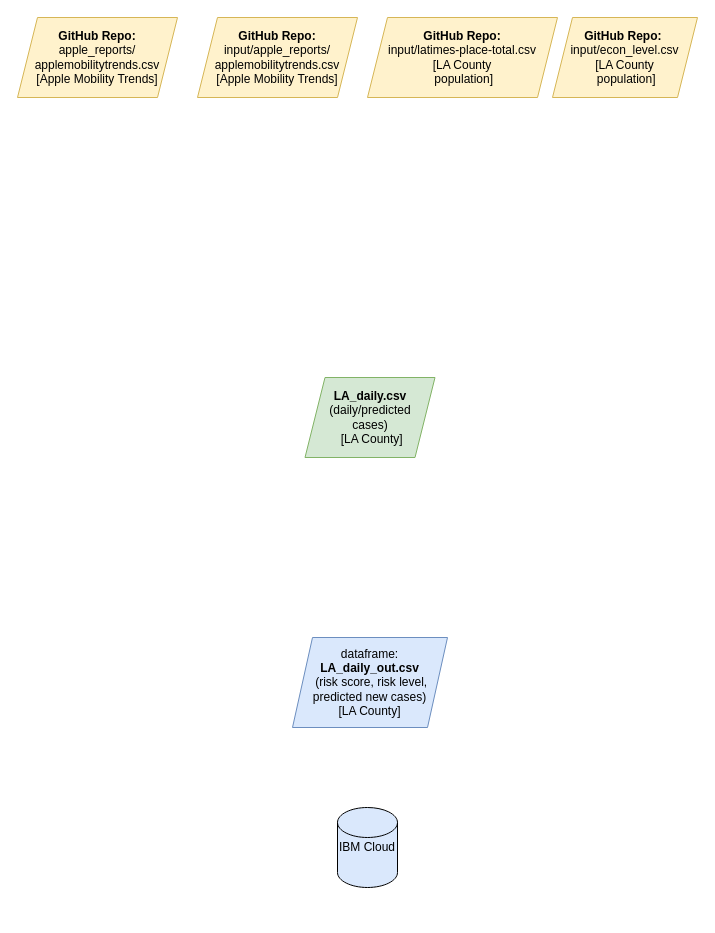
Above: Risk-Score-UMich-Workflow.drawio in skasralikar/Risk-Score-1-UMichZJU (draw.io), before the change. Source tidied: cells renumbered, new cells numbered last; positions are measured from the earlier drawing's top-left corner, leaving out a move shared by most shapes. Both pictures are drawn from the tidied source at 100%, with x=0, y=0 at pixel (17, 17).
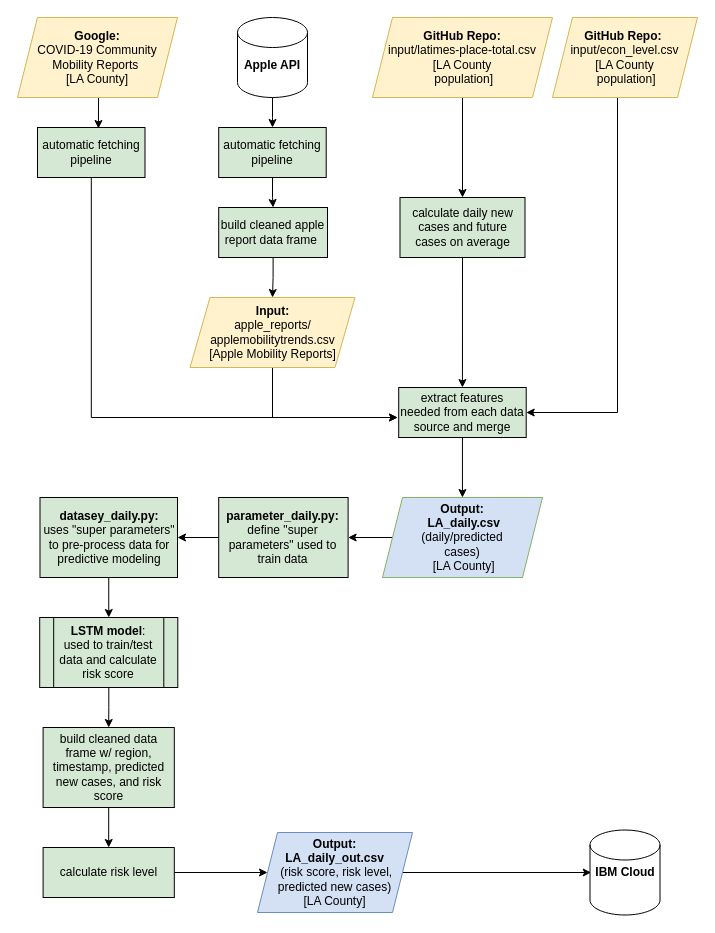
The same page after the edit.

The change refers to these unchanged cells:
```xml
<mxCell id="2" value="&lt;b&gt;GitHub Repo:&lt;/b&gt;&amp;nbsp;&lt;br&gt;input/econ_level.csv &lt;br&gt;[LA County&lt;br&gt;&amp;nbsp;population]" style="shape=parallelogram;perimeter=parallelogramPerimeter;whiteSpace=wrap;html=1;fixedSize=1;fillColor=#fff2cc;strokeColor=#d6b656;" parent="1" vertex="1">
  <mxGeometry x="535" width="145" height="80" as="geometry" />
</mxCell>
```

The edit, as a diff of the source:
```diff
@@
+    <mxCell id="9" style="edgeStyle=orthogonalEdgeStyle;rounded=0;jettySize=auto;html=1;entryX=1;entryY=0.5;entryDx=0;entryDy=0;" parent="1" edge="1" source="2" target="18">
+      <mxGeometry relative="1" as="geometry">
+        <Array as="points">
+          <mxPoint x="600" y="395" />
+        </Array>
+      </mxGeometry>
+    </mxCell>
@@
+    <mxCell id="10" style="edgeStyle=orthogonalEdgeStyle;rounded=0;jettySize=auto;html=1;" parent="1" edge="1" source="3" target="30">
+      <mxGeometry relative="1" as="geometry" />
+    </mxCell>
-    <mxCell id="3" value="&lt;b&gt;LA_daily.csv &lt;br&gt;&lt;/b&gt;(daily/predicted &lt;br&gt;cases)&lt;br&gt;&amp;nbsp;[LA County]" style="shape=parallelogram;perimeter=parallelogramPerimeter;whiteSpace=wrap;html=1;fixedSize=1;fillColor=#d5e8d4;strokeColor=#82b366;" parent="1" vertex="1">
-      <mxGeometry x="287.5" y="360" width="130" height="80" as="geometry" />
+    <mxCell id="3" value="&lt;b&gt;Output:&lt;br&gt;&amp;nbsp;LA_daily.csv &lt;br&gt;&lt;/b&gt;(daily/predicted &lt;br&gt;cases)&lt;br&gt;&amp;nbsp;[LA County]" style="shape=parallelogram;perimeter=parallelogramPerimeter;whiteSpace=wrap;html=1;fixedSize=1;fillColor=#D4E1F5;strokeColor=#82b366;" parent="1" vertex="1">
+      <mxGeometry x="365" y="480" width="160" height="80" as="geometry" />
     </mxCell>
+    <mxCell id="11" style="edgeStyle=orthogonalEdgeStyle;rounded=0;jettySize=auto;html=1;exitX=1;exitY=0.5;exitDx=0;exitDy=0;entryX=0.017;entryY=0.5;entryDx=0;entryDy=0;entryPerimeter=0;" parent="1" edge="1" source="4" target="5">
+      <mxGeometry relative="1" as="geometry" />
+    </mxCell>
-    <mxCell id="4" value="dataframe: &lt;br&gt;&lt;b&gt;LA_daily_out.csv&lt;br&gt;&lt;/b&gt;&amp;nbsp;(risk score, risk level, predicted new cases)&lt;br&gt;[LA County]" style="shape=parallelogram;perimeter=parallelogramPerimeter;whiteSpace=wrap;html=1;fixedSize=1;fillColor=#dae8fc;strokeColor=#6c8ebf;" parent="1" vertex="1">
-      <mxGeometry x="275" y="620" width="155" height="90" as="geometry" />
+    <mxCell id="4" value="&lt;b&gt;Output:&lt;br&gt;LA_daily_out.csv&lt;br&gt;&lt;/b&gt;&amp;nbsp;(risk score, risk level, predicted new cases)&lt;br&gt;[LA County]" style="shape=parallelogram;perimeter=parallelogramPerimeter;whiteSpace=wrap;html=1;fixedSize=1;fillColor=#D4E1F5;strokeColor=#6c8ebf;" parent="1" vertex="1">
+      <mxGeometry x="240" y="815" width="155" height="80" as="geometry" />
     </mxCell>
-    <mxCell id="5" value="IBM Cloud" style="shape=cylinder2;whiteSpace=wrap;html=1;boundedLbl=1;backgroundOutline=1;size=15;fillColor=#DAE8FC;" parent="1" vertex="1">
-      <mxGeometry x="320" y="790" width="60" height="80" as="geometry" />
+    <mxCell id="5" value="&lt;b&gt;IBM Cloud&lt;/b&gt;" style="shape=cylinder2;whiteSpace=wrap;html=1;boundedLbl=1;backgroundOutline=1;size=15;fillColor=#FFFFFF;" parent="1" vertex="1">
+      <mxGeometry x="572.5" y="812.5" width="70" height="85" as="geometry" />
     </mxCell>
+    <mxCell id="12" style="edgeStyle=orthogonalEdgeStyle;rounded=0;jettySize=auto;html=1;exitX=0.5;exitY=1;exitDx=0;exitDy=0;" parent="1" edge="1" source="6" target="16">
+      <mxGeometry relative="1" as="geometry" />
+    </mxCell>
     <mxCell id="6" value="&lt;b&gt;GitHub Repo: &lt;br&gt;&lt;/b&gt;input/latimes-place-total.csv &lt;br&gt;[LA County&lt;br&gt;&amp;nbsp;population]" style="shape=parallelogram;perimeter=parallelogramPerimeter;whiteSpace=wrap;html=1;fixedSize=1;fillColor=#fff2cc;strokeColor=#d6b656;" parent="1" vertex="1">
-      <mxGeometry x="350" width="190" height="80" as="geometry" />
+      <mxGeometry x="355" width="180" height="80" as="geometry" />
     </mxCell>
+    <mxCell id="13" style="edgeStyle=orthogonalEdgeStyle;rounded=0;jettySize=auto;html=1;exitX=0.5;exitY=1;exitDx=0;exitDy=0;entryX=0.567;entryY=0.02;entryDx=0;entryDy=0;entryPerimeter=0;" parent="1" edge="1" source="7" target="22">
+      <mxGeometry relative="1" as="geometry" />
+    </mxCell>
-    <mxCell id="7" value="&lt;b&gt;GitHub Repo: &lt;br&gt;&lt;/b&gt;apple_reports/ applemobilitytrends.csv&lt;br&gt;[Apple Mobility Trends]" style="shape=parallelogram;perimeter=parallelogramPerimeter;whiteSpace=wrap;html=1;fixedSize=1;fillColor=#fff2cc;strokeColor=#d6b656;" parent="1" vertex="1">
+    <mxCell id="7" value="&lt;b&gt;Google:&lt;br&gt;&lt;/b&gt;COVID-19 Community Mobility Reports&amp;nbsp;&lt;br&gt;[LA County]" style="shape=parallelogram;perimeter=parallelogramPerimeter;whiteSpace=wrap;html=1;fixedSize=1;fillColor=#fff2cc;strokeColor=#d6b656;" parent="1" vertex="1">
       <mxGeometry width="160" height="80" as="geometry" />
     </mxCell>
+    <mxCell id="14" style="edgeStyle=orthogonalEdgeStyle;rounded=0;jettySize=auto;html=1;exitX=0.5;exitY=1;exitDx=0;exitDy=0;" parent="1" edge="1" source="8">
+      <mxGeometry relative="1" as="geometry">
+        <mxPoint x="380" y="400" as="targetPoint" />
+        <Array as="points">
+          <mxPoint x="255" y="400" />
+        </Array>
+      </mxGeometry>
+    </mxCell>
-    <mxCell id="8" value="&lt;b&gt;GitHub Repo: &lt;br&gt;&lt;/b&gt;input/apple_reports/ applemobilitytrends.csv&lt;br&gt;[Apple Mobility Trends]" style="shape=parallelogram;perimeter=parallelogramPerimeter;whiteSpace=wrap;html=1;fixedSize=1;fillColor=#fff2cc;strokeColor=#d6b656;" parent="1" vertex="1">
-      <mxGeometry x="180" width="160" height="80" as="geometry" />
+    <mxCell id="8" value="&lt;b&gt;Input:&lt;br&gt;&lt;/b&gt;apple_reports/ applemobilitytrends.csv&lt;br&gt;[Apple Mobility Reports]" style="shape=parallelogram;perimeter=parallelogramPerimeter;whiteSpace=wrap;html=1;fixedSize=1;fillColor=#fff2cc;strokeColor=#d6b656;" parent="1" vertex="1">
+      <mxGeometry x="172.5" y="280" width="165" height="70" as="geometry" />
     </mxCell>
+    <mxCell id="15" style="edgeStyle=orthogonalEdgeStyle;rounded=0;jettySize=auto;html=1;exitX=0.5;exitY=1;exitDx=0;exitDy=0;entryX=0.5;entryY=0;entryDx=0;entryDy=0;" parent="1" edge="1" source="16" target="18">
+      <mxGeometry relative="1" as="geometry" />
+    </mxCell>
+    <mxCell id="16" value="calculate daily new cases and future cases on average" style="rounded=0;whiteSpace=wrap;html=1;fillColor=#D5E8D4;" parent="1" vertex="1">
+      <mxGeometry x="382.5" y="180" width="125" height="60" as="geometry" />
+    </mxCell>
+    <mxCell id="17" style="edgeStyle=orthogonalEdgeStyle;rounded=0;jettySize=auto;html=1;exitX=0.5;exitY=1;exitDx=0;exitDy=0;" parent="1" edge="1" source="18" target="3">
+      <mxGeometry relative="1" as="geometry" />
+    </mxCell>
+    <mxCell id="18" value="extract features needed from each data source and merge" style="rounded=0;whiteSpace=wrap;html=1;fillColor=#D5E8D4;" parent="1" vertex="1">
+      <mxGeometry x="381.2" y="370" width="127.5" height="50" as="geometry" />
+    </mxCell>
+    <mxCell id="19" style="edgeStyle=orthogonalEdgeStyle;rounded=0;jettySize=auto;html=1;exitX=0.5;exitY=1;exitDx=0;exitDy=0;entryX=0.5;entryY=0;entryDx=0;entryDy=0;" parent="1" edge="1" source="20" target="32">
+      <mxGeometry relative="1" as="geometry" />
+    </mxCell>
+    <mxCell id="20" value="&lt;b&gt;datasey_daily.py:&lt;br&gt;&lt;/b&gt;uses&amp;nbsp;&quot;super parameters&quot; to pre-process data for predictive modeling" style="rounded=0;whiteSpace=wrap;html=1;fillColor=#D5E8D4;" parent="1" vertex="1">
+      <mxGeometry x="22.5" y="480" width="137.5" height="80" as="geometry" />
+    </mxCell>
+    <mxCell id="21" style="edgeStyle=orthogonalEdgeStyle;rounded=0;jettySize=auto;html=1;" parent="1" edge="1" source="22">
+      <mxGeometry relative="1" as="geometry">
+        <mxPoint x="380" y="400" as="targetPoint" />
+        <Array as="points">
+          <mxPoint x="74" y="400" />
+        </Array>
+      </mxGeometry>
+    </mxCell>
+    <mxCell id="22" value="automatic fetching pipeline" style="rounded=0;whiteSpace=wrap;html=1;fillColor=#D5E8D4;" parent="1" vertex="1">
+      <mxGeometry x="20" y="110" width="107.5" height="50" as="geometry" />
+    </mxCell>
+    <mxCell id="23" style="edgeStyle=orthogonalEdgeStyle;rounded=0;jettySize=auto;html=1;exitX=0.5;exitY=1;exitDx=0;exitDy=0;" parent="1" edge="1" source="24" target="8">
+      <mxGeometry relative="1" as="geometry" />
+    </mxCell>
+    <mxCell id="24" value="build cleaned apple report data frame&amp;nbsp;" style="rounded=0;whiteSpace=wrap;html=1;fillColor=#D5E8D4;" parent="1" vertex="1">
+      <mxGeometry x="201.2" y="190" width="108.8" height="50" as="geometry" />
+    </mxCell>
+    <mxCell id="25" style="edgeStyle=orthogonalEdgeStyle;rounded=0;jettySize=auto;html=1;" parent="1" edge="1" source="26" target="28">
+      <mxGeometry relative="1" as="geometry" />
+    </mxCell>
+    <mxCell id="26" value="&lt;font face=&quot;helvetica&quot;&gt;&lt;b&gt;&lt;br&gt;Apple API&lt;/b&gt;&lt;/font&gt;" style="shape=cylinder2;whiteSpace=wrap;html=1;boundedLbl=1;backgroundOutline=1;size=15;fillColor=#FFFFFF;" parent="1" vertex="1">
+      <mxGeometry x="220" width="70" height="80" as="geometry" />
+    </mxCell>
+    <mxCell id="27" style="edgeStyle=orthogonalEdgeStyle;rounded=0;jettySize=auto;html=1;" parent="1" edge="1" source="28" target="24">
+      <mxGeometry relative="1" as="geometry" />
+    </mxCell>
+    <mxCell id="28" value="automatic fetching pipeline" style="rounded=0;whiteSpace=wrap;html=1;fillColor=#D5E8D4;" parent="1" vertex="1">
+      <mxGeometry x="201.2" y="110" width="107.5" height="50" as="geometry" />
+    </mxCell>
+    <mxCell id="29" style="edgeStyle=orthogonalEdgeStyle;rounded=0;jettySize=auto;html=1;" parent="1" edge="1" source="30" target="20">
+      <mxGeometry relative="1" as="geometry" />
+    </mxCell>
+    <mxCell id="30" value="&lt;b&gt;parameter_daily.py:&lt;br&gt;&lt;/b&gt;define &quot;super parameters&quot; used to train data" style="rounded=0;whiteSpace=wrap;html=1;fillColor=#D5E8D4;" parent="1" vertex="1">
+      <mxGeometry x="201.2" y="480" width="129.4" height="80" as="geometry" />
+    </mxCell>
+    <mxCell id="31" style="edgeStyle=orthogonalEdgeStyle;rounded=0;jettySize=auto;html=1;" parent="1" edge="1" source="32" target="34">
+      <mxGeometry relative="1" as="geometry" />
+    </mxCell>
+    <mxCell id="32" value="&lt;b&gt;LSTM model&lt;/b&gt;: &lt;br&gt;used to train/test data and calculate risk score" style="shape=process;whiteSpace=wrap;html=1;backgroundOutline=1;fillColor=#D5E8D4;" parent="1" vertex="1">
+      <mxGeometry x="22.2" y="600" width="138.1" height="70" as="geometry" />
+    </mxCell>
+    <mxCell id="33" style="edgeStyle=orthogonalEdgeStyle;rounded=0;jettySize=auto;html=1;" parent="1" edge="1" source="34" target="36">
+      <mxGeometry relative="1" as="geometry" />
+    </mxCell>
+    <mxCell id="34" value="build cleaned data frame w/ region, timestamp, predicted new cases, and risk score" style="rounded=0;whiteSpace=wrap;html=1;fillColor=#D5E8D4;" parent="1" vertex="1">
+      <mxGeometry x="25.6" y="710" width="131.2" height="80" as="geometry" />
+    </mxCell>
+    <mxCell id="35" style="edgeStyle=orthogonalEdgeStyle;rounded=0;jettySize=auto;html=1;" parent="1" edge="1" source="36" target="4">
+      <mxGeometry relative="1" as="geometry" />
+    </mxCell>
+    <mxCell id="36" value="calculate risk level" style="rounded=0;whiteSpace=wrap;html=1;fillColor=#D5E8D4;" parent="1" vertex="1">
+      <mxGeometry x="25.6" y="830" width="131.2" height="50" as="geometry" />
+    </mxCell>
```
